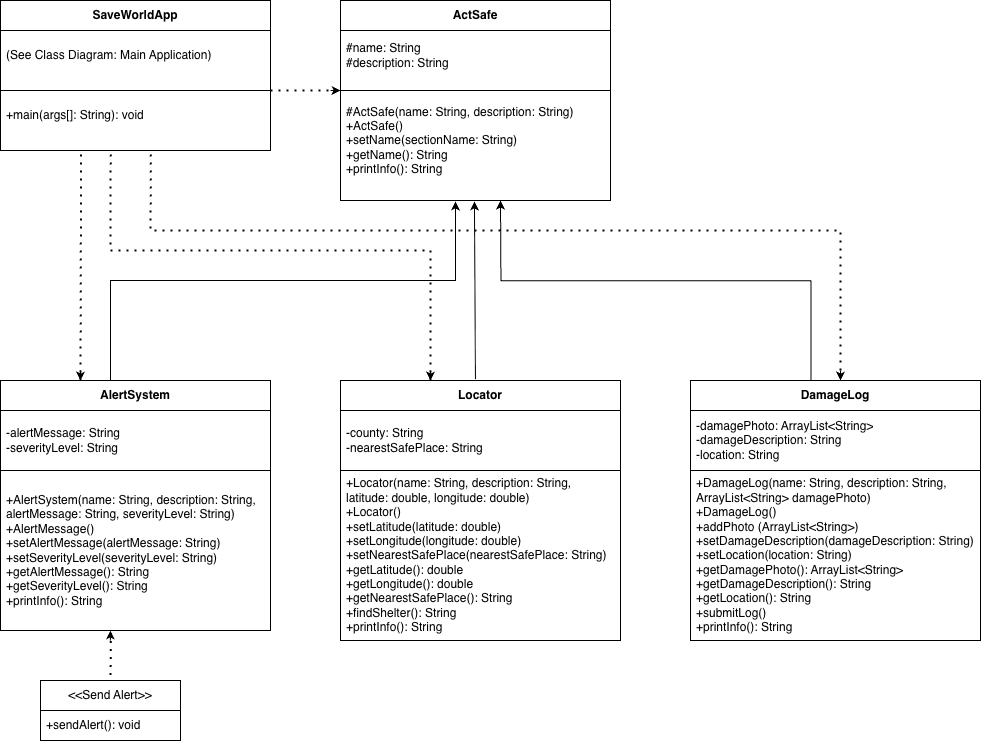
This is ActSafe.png from Namuun612/OOP2025, a draw.io export, as it was before one commit. Source tidied: cells renumbered, new cells last; positions are measured from the earlier drawing's top-left corner, leaving out a move shared by most shapes.
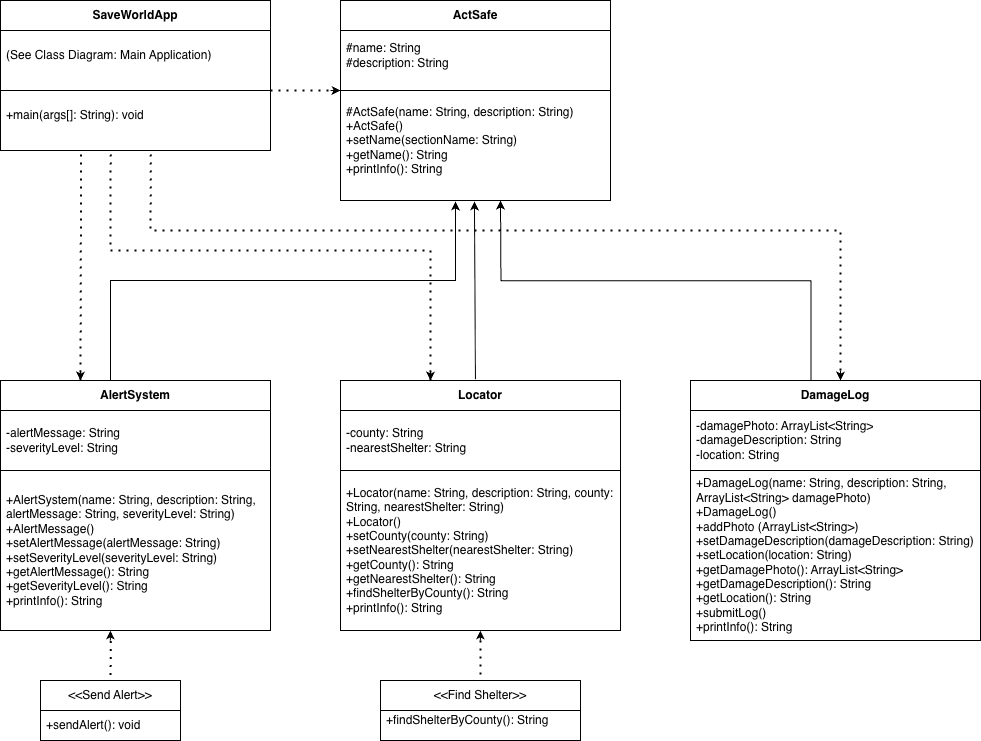
The same diagram one commit later.

Diff of the diagram source:
```diff
@@ -27,13 +27,13 @@
       <mxGeometry y="380" width="270" height="90" as="geometry" />
     </mxCell>
     <mxCell id="10" value="List" style="swimlane;fontStyle=0;horizontal=1;startSize=30;whiteSpace=wrap;html=1;" parent="1" vertex="1">
-      <mxGeometry x="340" y="380" width="280" height="260" as="geometry" />
+      <mxGeometry x="340" y="380" width="280" height="250" as="geometry" />
     </mxCell>
-    <mxCell id="11" value="&lt;div&gt;-county: String&lt;br&gt;&lt;div&gt;-nearestSafePlace: String&lt;/div&gt;&lt;/div&gt;" style="text;strokeColor=none;fillColor=none;align=left;verticalAlign=middle;spacingLeft=4;spacingRight=4;overflow=hidden;whiteSpace=wrap;html=1;" parent="10" vertex="1">
+    <mxCell id="11" value="&lt;div&gt;-county: String&lt;br&gt;&lt;div&gt;-nearestShelter: String&lt;/div&gt;&lt;/div&gt;" style="text;strokeColor=none;fillColor=none;align=left;verticalAlign=middle;spacingLeft=4;spacingRight=4;overflow=hidden;whiteSpace=wrap;html=1;" parent="10" vertex="1">
       <mxGeometry y="30" width="280" height="60" as="geometry" />
     </mxCell>
-    <mxCell id="12" value="&lt;div&gt;+Locator(name:&amp;nbsp;&lt;span style=&quot;background-color: transparent; color: light-dark(rgb(0, 0, 0), rgb(255, 255, 255));&quot;&gt;String&lt;/span&gt;&lt;span style=&quot;background-color: transparent; color: light-dark(rgb(0, 0, 0), rgb(255, 255, 255));&quot;&gt;, description:&amp;nbsp;&lt;/span&gt;&lt;span style=&quot;background-color: transparent; color: light-dark(rgb(0, 0, 0), rgb(255, 255, 255));&quot;&gt;String&lt;/span&gt;&lt;span style=&quot;background-color: transparent; color: light-dark(rgb(0, 0, 0), rgb(255, 255, 255));&quot;&gt;, latitude:&amp;nbsp;&lt;/span&gt;&lt;span style=&quot;background-color: transparent; color: light-dark(rgb(0, 0, 0), rgb(255, 255, 255));&quot;&gt;double&lt;/span&gt;&lt;span style=&quot;background-color: transparent; color: light-dark(rgb(0, 0, 0), rgb(255, 255, 255));&quot;&gt;, longitude:&amp;nbsp;&lt;/span&gt;&lt;span style=&quot;background-color: transparent; color: light-dark(rgb(0, 0, 0), rgb(255, 255, 255));&quot;&gt;double&lt;/span&gt;&lt;span style=&quot;background-color: transparent; color: light-dark(rgb(0, 0, 0), rgb(255, 255, 255));&quot;&gt;)&lt;/span&gt;&lt;/div&gt;&lt;div&gt;+Locator()&lt;/div&gt;+setLatitude(latitude: double)&lt;div&gt;+setLongitude(longitude:&amp;nbsp;&lt;span style=&quot;background-color: transparent; color: light-dark(rgb(0, 0, 0), rgb(255, 255, 255));&quot;&gt;double&lt;/span&gt;&lt;span style=&quot;background-color: transparent; color: light-dark(rgb(0, 0, 0), rgb(255, 255, 255));&quot;&gt;)&lt;/span&gt;&lt;/div&gt;&lt;div&gt;+setNearestSafePlace(nearestSafePlace:&amp;nbsp;&lt;span style=&quot;background-color: transparent; color: light-dark(rgb(0, 0, 0), rgb(255, 255, 255));&quot;&gt;String&lt;/span&gt;&lt;span style=&quot;background-color: transparent; color: light-dark(rgb(0, 0, 0), rgb(255, 255, 255));&quot;&gt;)&lt;/span&gt;&lt;/div&gt;&lt;div&gt;+getLatitude(): double&lt;/div&gt;&lt;div&gt;+getLongitude(): double&lt;/div&gt;&lt;div&gt;+getNearestSafePlace(): String&lt;/div&gt;&lt;div&gt;+findShelter(): String&lt;/div&gt;&lt;div&gt;+printInfo(): String&lt;/div&gt;" style="text;strokeColor=none;fillColor=none;align=left;verticalAlign=middle;spacingLeft=4;spacingRight=4;overflow=hidden;whiteSpace=wrap;html=1;" parent="10" vertex="1">
-      <mxGeometry y="90" width="280" height="170" as="geometry" />
+    <mxCell id="12" value="&lt;div&gt;+Locator(name:&amp;nbsp;&lt;span style=&quot;background-color: transparent; color: light-dark(rgb(0, 0, 0), rgb(255, 255, 255));&quot;&gt;String&lt;/span&gt;&lt;span style=&quot;background-color: transparent; color: light-dark(rgb(0, 0, 0), rgb(255, 255, 255));&quot;&gt;, description:&amp;nbsp;&lt;/span&gt;&lt;span style=&quot;background-color: transparent; color: light-dark(rgb(0, 0, 0), rgb(255, 255, 255));&quot;&gt;String&lt;/span&gt;&lt;span style=&quot;background-color: transparent; color: light-dark(rgb(0, 0, 0), rgb(255, 255, 255));&quot;&gt;, county: String, nearestShelter: String&lt;/span&gt;&lt;span style=&quot;background-color: transparent; color: light-dark(rgb(0, 0, 0), rgb(255, 255, 255));&quot;&gt;)&lt;/span&gt;&lt;/div&gt;&lt;div&gt;+Locator()&lt;/div&gt;&lt;div&gt;+setCounty(county: String&lt;span style=&quot;background-color: transparent; color: light-dark(rgb(0, 0, 0), rgb(255, 255, 255));&quot;&gt;)&lt;/span&gt;&lt;/div&gt;&lt;div&gt;+setNearestShelter(nearestShelter:&amp;nbsp;&lt;span style=&quot;background-color: transparent; color: light-dark(rgb(0, 0, 0), rgb(255, 255, 255));&quot;&gt;String&lt;/span&gt;&lt;span style=&quot;background-color: transparent; color: light-dark(rgb(0, 0, 0), rgb(255, 255, 255));&quot;&gt;)&lt;/span&gt;&lt;/div&gt;&lt;div&gt;+getCounty(): String&lt;/div&gt;&lt;div&gt;+getNearestShelter(): String&lt;/div&gt;&lt;div&gt;+findShelterByCounty(): String&lt;/div&gt;&lt;div&gt;+printInfo(): String&lt;/div&gt;" style="text;strokeColor=none;fillColor=none;align=left;verticalAlign=middle;spacingLeft=4;spacingRight=4;overflow=hidden;whiteSpace=wrap;html=1;" parent="10" vertex="1">
+      <mxGeometry y="90" width="280" height="160" as="geometry" />
     </mxCell>
     <mxCell id="13" value="&lt;b&gt;Locator&lt;/b&gt;" style="swimlane;fontStyle=0;horizontal=1;startSize=30;whiteSpace=wrap;html=1;" parent="1" vertex="1">
       <mxGeometry x="340" y="380" width="280" height="90" as="geometry" />
@@ -152,5 +152,22 @@
         </Array>
       </mxGeometry>
     </mxCell>
+    <mxCell id="37" value="&amp;lt;&amp;lt;Find Shelter&amp;gt;&amp;gt;" style="swimlane;fontStyle=0;horizontal=1;startSize=30;whiteSpace=wrap;html=1;" parent="1" vertex="1">
+      <mxGeometry x="380" y="680" width="200" height="60" as="geometry" />
+    </mxCell>
+    <mxCell id="38" value="+findShelterByCounty(): String&lt;div&gt;&lt;br&gt;&lt;/div&gt;" style="text;strokeColor=none;fillColor=none;align=left;verticalAlign=middle;spacingLeft=4;spacingRight=4;overflow=hidden;whiteSpace=wrap;html=1;" parent="37" vertex="1">
+      <mxGeometry y="30" width="200" height="30" as="geometry" />
+    </mxCell>
+    <mxCell id="39" style="endArrow=none;dashed=1;html=1;dashPattern=1 3;strokeWidth=2;rounded=0;exitX=0.409;exitY=1.015;exitDx=0;exitDy=0;exitPerimeter=0;entryX=0.5;entryY=0;entryDx=0;entryDy=0;" parent="1" edge="1" target="37">
+      <mxGeometry relative="1" as="geometry">
+        <mxPoint x="480" y="632" as="sourcePoint" />
+      </mxGeometry>
+    </mxCell>
+    <mxCell id="40" style="endArrow=classic;html=1;rounded=0;" parent="1" edge="1">
+      <mxGeometry relative="1" as="geometry">
+        <mxPoint x="479.9" y="640" as="sourcePoint" />
+        <mxPoint x="479.9" y="630" as="targetPoint" />
+      </mxGeometry>
+    </mxCell>
   </root>
 </mxGraphModel>
```
